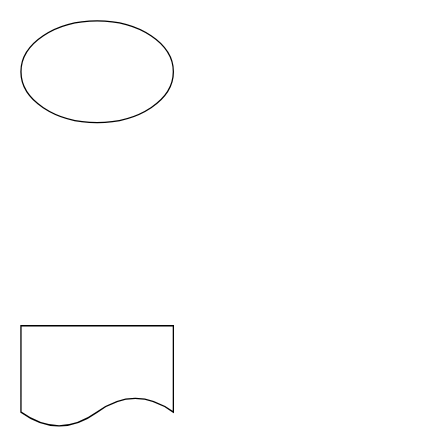
Earlier version of the draw.io diagram 未命名绘图.drawio (wuaisong/pic). Source tidied: cells renumbered, new cells numbered last; positions are measured from the earlier drawing's top-left corner, leaving out a move shared by most shapes. Both pictures are drawn from the tidied source at 127%, with x=0, y=0 at pixel (20, 20).
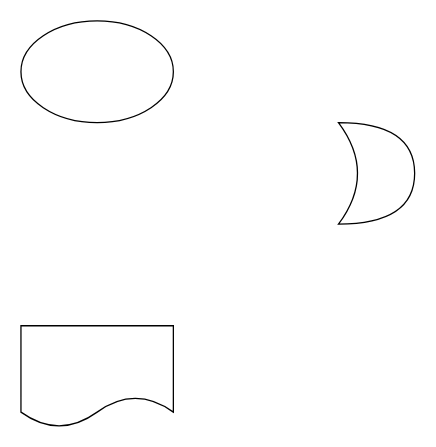
Above is the later version.

Commit message (it also covers changes not shown here):
更新未命名绘图.drawio

What changed in the source:
```diff
@@
 <mxGraphModel>
   <root>
     <mxCell id="0" />
     <mxCell id="1" parent="0" />
     <mxCell id="2" style="ellipse;whiteSpace=wrap;html=1;" parent="1" vertex="1">
       <mxGeometry width="120" height="80" as="geometry" />
     </mxCell>
     <mxCell id="3" style="shape=document;whiteSpace=wrap;html=1;boundedLbl=1;" parent="1" vertex="1">
       <mxGeometry y="240" width="120" height="80" as="geometry" />
     </mxCell>
+    <mxCell id="4" style="shape=xor;whiteSpace=wrap;html=1;" parent="1" vertex="1">
+      <mxGeometry x="250" y="80" width="60" height="80" as="geometry" />
+    </mxCell>
   </root>
 </mxGraphModel>
```
